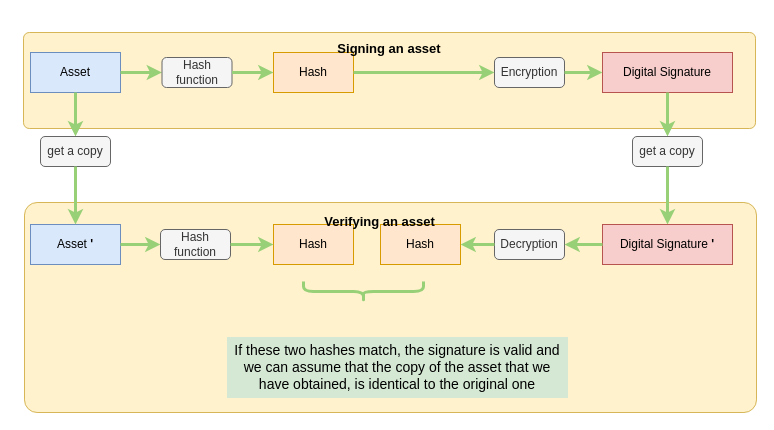
ahenteti/ahenteti.github.io keeps this draw.io diagram as src/pages/articles/https/secure-connnections-with-ssl/digital-signature.drawio. Above is the earlier version. Source tidied: cells renumbered, new cells numbered last; positions are measured from the earlier drawing's top-left corner, leaving out a move shared by most shapes. Both pictures are drawn from the tidied source at 100%, with x=0, y=0 at pixel (23, 32).
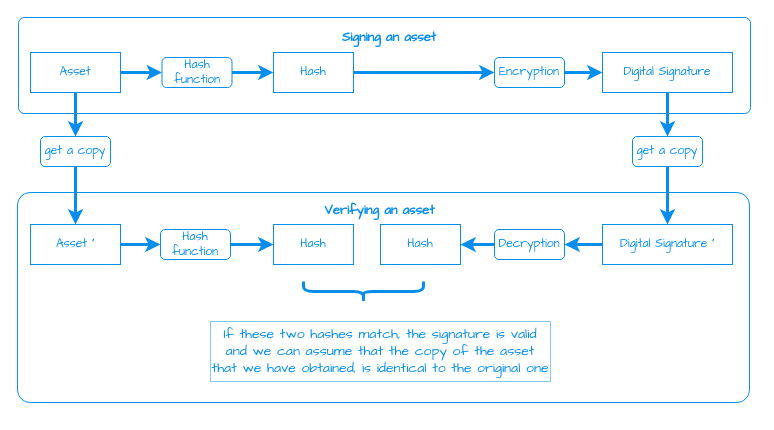
The same diagram, later.

Diff of the diagram source:
```diff
@@
-    <mxCell id="2" style="rounded=1;whiteSpace=wrap;html=1;strokeColor=#d6b656;strokeWidth=1;fillColor=#fff2cc;align=left;arcSize=6;" parent="1" vertex="1">
-      <mxGeometry x="1" y="170" width="732" height="210" as="geometry" />
+    <mxCell id="2" style="rounded=1;whiteSpace=wrap;html=1;strokeColor=#078EED;strokeWidth=1;fillColor=none;align=left;arcSize=6;" parent="1" vertex="1">
+      <mxGeometry x="-6" y="160" width="732" height="210" as="geometry" />
     </mxCell>
-    <mxCell id="3" style="rounded=1;whiteSpace=wrap;html=1;strokeColor=#d6b656;strokeWidth=1;fillColor=#fff2cc;align=left;arcSize=6;" parent="1" vertex="1">
-      <mxGeometry width="732" height="96" as="geometry" />
+    <mxCell id="3" style="rounded=1;whiteSpace=wrap;html=1;strokeColor=#078EED;strokeWidth=1;fillColor=none;align=left;arcSize=6;fontColor=#078EED;" parent="1" vertex="1">
+      <mxGeometry x="-5" y="-15" width="732" height="96" as="geometry" />
     </mxCell>
-    <mxCell id="4" value="Asset" style="rounded=0;whiteSpace=wrap;html=1;fillColor=#dae8fc;strokeColor=#6c8ebf;" parent="1" vertex="1">
+    <mxCell id="4" value="Asset" style="rounded=0;whiteSpace=wrap;html=1;fillColor=none;strokeColor=#078EED;fontColor=#078EED;fontFamily=Comic Sans MS;" parent="1" vertex="1">
       <mxGeometry x="7" y="20" width="90" height="40" as="geometry" />
     </mxCell>
-    <mxCell id="5" value="Hash" style="rounded=0;whiteSpace=wrap;html=1;fillColor=#ffe6cc;strokeColor=#d79b00;" parent="1" vertex="1">
+    <mxCell id="5" value="Hash" style="rounded=0;whiteSpace=wrap;html=1;fillColor=none;strokeColor=#078EED;fontColor=#078EED;fontFamily=Comic Sans MS;" parent="1" vertex="1">
       <mxGeometry x="250" y="20" width="80" height="40" as="geometry" />
     </mxCell>
-    <mxCell id="6" style="endArrow=classic;html=1;exitX=1;exitY=0.5;exitDx=0;exitDy=0;strokeWidth=3;strokeColor=#97D077;entryX=0;entryY=0.5;entryDx=0;entryDy=0;" parent="1" edge="1" source="4" target="12">
+    <mxCell id="6" style="endArrow=classic;html=1;exitX=1;exitY=0.5;exitDx=0;exitDy=0;strokeWidth=3;strokeColor=#078EED;entryX=0;entryY=0.5;entryDx=0;entryDy=0;fontColor=#078EED;" parent="1" edge="1" source="4" target="12">
       <mxGeometry relative="1" as="geometry" />
     </mxCell>
-    <mxCell id="7" value="Encryption" style="rounded=1;whiteSpace=wrap;html=1;fillColor=#f5f5f5;strokeColor=#666666;fontColor=#333333;" parent="1" vertex="1">
+    <mxCell id="7" value="Encryption" style="rounded=1;whiteSpace=wrap;html=1;fillColor=none;strokeColor=#078EED;fontColor=#078EED;fontFamily=Comic Sans MS;" parent="1" vertex="1">
       <mxGeometry x="471" y="25" width="70" height="30" as="geometry" />
     </mxCell>
-    <mxCell id="8" style="endArrow=classic;html=1;exitX=1;exitY=0.5;exitDx=0;exitDy=0;strokeWidth=3;strokeColor=#97D077;entryX=0;entryY=0.5;entryDx=0;entryDy=0;" parent="1" edge="1" source="5" target="7">
+    <mxCell id="8" style="endArrow=classic;html=1;exitX=1;exitY=0.5;exitDx=0;exitDy=0;strokeWidth=3;strokeColor=#078EED;entryX=0;entryY=0.5;entryDx=0;entryDy=0;fontColor=#078EED;" parent="1" edge="1" source="5" target="7">
       <mxGeometry relative="1" as="geometry" />
     </mxCell>
-    <mxCell id="9" value="Digital Signature" style="rounded=0;whiteSpace=wrap;html=1;fillColor=#f8cecc;strokeColor=#b85450;" parent="1" vertex="1">
+    <mxCell id="9" value="Digital Signature" style="rounded=0;whiteSpace=wrap;html=1;fillColor=none;strokeColor=#078EED;fontColor=#078EED;fontFamily=Comic Sans MS;" parent="1" vertex="1">
       <mxGeometry x="579" y="20" width="130" height="40" as="geometry" />
     </mxCell>
-    <mxCell id="10" style="endArrow=classic;html=1;exitX=1;exitY=0.5;exitDx=0;exitDy=0;strokeWidth=3;strokeColor=#97D077;entryX=0;entryY=0.5;entryDx=0;entryDy=0;" parent="1" edge="1" source="7" target="9">
+    <mxCell id="10" style="endArrow=classic;html=1;exitX=1;exitY=0.5;exitDx=0;exitDy=0;strokeWidth=3;strokeColor=#078EED;entryX=0;entryY=0.5;entryDx=0;entryDy=0;fontColor=#078EED;" parent="1" edge="1" source="7" target="9">
       <mxGeometry relative="1" as="geometry" />
     </mxCell>
-    <mxCell id="11" style="endArrow=classic;html=1;exitX=0.5;exitY=1;exitDx=0;exitDy=0;strokeWidth=3;strokeColor=#97D077;entryX=0.5;entryY=0;entryDx=0;entryDy=0;" parent="1" edge="1" source="4" target="14">
+    <mxCell id="11" style="endArrow=classic;html=1;exitX=0.5;exitY=1;exitDx=0;exitDy=0;strokeWidth=3;strokeColor=#078EED;entryX=0.5;entryY=0;entryDx=0;entryDy=0;fontColor=#078EED;" parent="1" edge="1" source="4" target="14">
       <mxGeometry relative="1" as="geometry" />
     </mxCell>
-    <mxCell id="12" value="Hash function" style="rounded=1;whiteSpace=wrap;html=1;fillColor=#f5f5f5;strokeColor=#666666;fontColor=#333333;" parent="1" vertex="1">
+    <mxCell id="12" value="Hash function" style="rounded=1;whiteSpace=wrap;html=1;fillColor=none;strokeColor=#078EED;fontColor=#078EED;fontFamily=Comic Sans MS;" parent="1" vertex="1">
       <mxGeometry x="138.5" y="25" width="70" height="30" as="geometry" />
     </mxCell>
-    <mxCell id="13" style="endArrow=classic;html=1;strokeWidth=3;strokeColor=#97D077;entryX=0;entryY=0.5;entryDx=0;entryDy=0;exitX=1;exitY=0.5;exitDx=0;exitDy=0;" parent="1" edge="1" source="12" target="5">
+    <mxCell id="13" style="endArrow=classic;html=1;strokeWidth=3;strokeColor=#078EED;entryX=0;entryY=0.5;entryDx=0;entryDy=0;exitX=1;exitY=0.5;exitDx=0;exitDy=0;fontColor=#078EED;" parent="1" edge="1" source="12" target="5">
       <mxGeometry relative="1" as="geometry" />
     </mxCell>
-    <mxCell id="14" value="get a copy" style="rounded=1;whiteSpace=wrap;html=1;fillColor=#f5f5f5;strokeColor=#666666;fontColor=#333333;" parent="1" vertex="1">
+    <mxCell id="14" value="get a copy" style="rounded=1;whiteSpace=wrap;html=1;fillColor=none;strokeColor=#078EED;fontColor=#078EED;fontFamily=Comic Sans MS;" parent="1" vertex="1">
       <mxGeometry x="17" y="104" width="70" height="30" as="geometry" />
     </mxCell>
-    <mxCell id="15" value="Asset &lt;b&gt;'&lt;/b&gt;" style="rounded=0;whiteSpace=wrap;html=1;fillColor=#dae8fc;strokeColor=#6c8ebf;" parent="1" vertex="1">
+    <mxCell id="15" value="Asset &lt;b&gt;'&lt;/b&gt;" style="rounded=0;whiteSpace=wrap;html=1;fillColor=none;strokeColor=#078EED;fontColor=#078EED;fontFamily=Comic Sans MS;" parent="1" vertex="1">
       <mxGeometry x="7" y="192" width="90" height="40" as="geometry" />
     </mxCell>
-    <mxCell id="16" style="endArrow=classic;html=1;exitX=0.5;exitY=1;exitDx=0;exitDy=0;strokeWidth=3;strokeColor=#97D077;entryX=0.5;entryY=0;entryDx=0;entryDy=0;" parent="1" edge="1" source="14" target="15">
+    <mxCell id="16" style="endArrow=classic;html=1;exitX=0.5;exitY=1;exitDx=0;exitDy=0;strokeWidth=3;strokeColor=#078EED;entryX=0.5;entryY=0;entryDx=0;entryDy=0;fontColor=#078EED;" parent="1" edge="1" source="14" target="15">
       <mxGeometry relative="1" as="geometry" />
     </mxCell>
-    <mxCell id="17" style="endArrow=classic;html=1;exitX=0.5;exitY=1;exitDx=0;exitDy=0;strokeWidth=3;strokeColor=#97D077;entryX=0.5;entryY=0;entryDx=0;entryDy=0;" parent="1" edge="1" source="9" target="18">
+    <mxCell id="17" style="endArrow=classic;html=1;exitX=0.5;exitY=1;exitDx=0;exitDy=0;strokeWidth=3;strokeColor=#078EED;entryX=0.5;entryY=0;entryDx=0;entryDy=0;fontColor=#078EED;" parent="1" edge="1" source="9" target="18">
       <mxGeometry relative="1" as="geometry" />
     </mxCell>
-    <mxCell id="18" value="get a copy" style="rounded=1;whiteSpace=wrap;html=1;fillColor=#f5f5f5;strokeColor=#666666;fontColor=#333333;" parent="1" vertex="1">
+    <mxCell id="18" value="get a copy" style="rounded=1;whiteSpace=wrap;html=1;fillColor=none;strokeColor=#078EED;fontColor=#078EED;fontFamily=Comic Sans MS;" parent="1" vertex="1">
       <mxGeometry x="609" y="104" width="70" height="30" as="geometry" />
     </mxCell>
-    <mxCell id="19" style="endArrow=classic;html=1;exitX=0.5;exitY=1;exitDx=0;exitDy=0;strokeWidth=3;strokeColor=#97D077;entryX=0.5;entryY=0;entryDx=0;entryDy=0;" parent="1" edge="1" source="18" target="20">
+    <mxCell id="19" style="endArrow=classic;html=1;exitX=0.5;exitY=1;exitDx=0;exitDy=0;strokeWidth=3;strokeColor=#078EED;entryX=0.5;entryY=0;entryDx=0;entryDy=0;fontColor=#078EED;" parent="1" edge="1" source="18" target="20">
       <mxGeometry relative="1" as="geometry" />
     </mxCell>
-    <mxCell id="20" value="Digital Signature &lt;b&gt;'&lt;/b&gt;" style="rounded=0;whiteSpace=wrap;html=1;fillColor=#f8cecc;strokeColor=#b85450;" parent="1" vertex="1">
+    <mxCell id="20" value="Digital Signature &lt;b&gt;'&lt;/b&gt;" style="rounded=0;whiteSpace=wrap;html=1;fillColor=none;strokeColor=#078EED;fontColor=#078EED;fontFamily=Comic Sans MS;" parent="1" vertex="1">
       <mxGeometry x="579" y="192" width="130" height="40" as="geometry" />
     </mxCell>
-    <mxCell id="21" value="Decryption" style="rounded=1;whiteSpace=wrap;html=1;fillColor=#f5f5f5;strokeColor=#666666;fontColor=#333333;" parent="1" vertex="1">
+    <mxCell id="21" value="Decryption" style="rounded=1;whiteSpace=wrap;html=1;fillColor=none;strokeColor=#078EED;fontColor=#078EED;fontFamily=Comic Sans MS;" parent="1" vertex="1">
       <mxGeometry x="471" y="197" width="70" height="30" as="geometry" />
     </mxCell>
-    <mxCell id="22" value="Hash function" style="rounded=1;whiteSpace=wrap;html=1;fillColor=#f5f5f5;strokeColor=#666666;fontColor=#333333;" parent="1" vertex="1">
+    <mxCell id="22" value="Hash function" style="rounded=1;whiteSpace=wrap;html=1;fillColor=none;strokeColor=#078EED;fontColor=#078EED;fontFamily=Comic Sans MS;" parent="1" vertex="1">
       <mxGeometry x="137" y="197" width="70" height="30" as="geometry" />
     </mxCell>
-    <mxCell id="23" style="endArrow=classic;html=1;exitX=1;exitY=0.5;exitDx=0;exitDy=0;strokeWidth=3;strokeColor=#97D077;entryX=0;entryY=0.5;entryDx=0;entryDy=0;" parent="1" edge="1" source="15" target="22">
+    <mxCell id="23" style="endArrow=classic;html=1;exitX=1;exitY=0.5;exitDx=0;exitDy=0;strokeWidth=3;strokeColor=#078EED;entryX=0;entryY=0.5;entryDx=0;entryDy=0;fontColor=#078EED;" parent="1" edge="1" source="15" target="22">
       <mxGeometry relative="1" as="geometry" />
     </mxCell>
-    <mxCell id="24" value="Hash" style="rounded=0;whiteSpace=wrap;html=1;fillColor=#ffe6cc;strokeColor=#d79b00;" parent="1" vertex="1">
+    <mxCell id="24" value="Hash" style="rounded=0;whiteSpace=wrap;html=1;fillColor=none;strokeColor=#078EED;fontColor=#078EED;fontFamily=Comic Sans MS;" parent="1" vertex="1">
       <mxGeometry x="250" y="192" width="80" height="40" as="geometry" />
     </mxCell>
-    <mxCell id="25" value="Hash" style="rounded=0;whiteSpace=wrap;html=1;fillColor=#ffe6cc;strokeColor=#d79b00;" parent="1" vertex="1">
+    <mxCell id="25" value="Hash" style="rounded=0;whiteSpace=wrap;html=1;fillColor=none;strokeColor=#078EED;fontColor=#078EED;fontFamily=Comic Sans MS;" parent="1" vertex="1">
       <mxGeometry x="357" y="192" width="80" height="40" as="geometry" />
     </mxCell>
-    <mxCell id="26" style="endArrow=classic;html=1;strokeWidth=3;strokeColor=#97D077;entryX=0;entryY=0.5;entryDx=0;entryDy=0;exitX=1;exitY=0.5;exitDx=0;exitDy=0;" parent="1" edge="1" source="22" target="24">
+    <mxCell id="26" style="endArrow=classic;html=1;strokeWidth=3;strokeColor=#078EED;entryX=0;entryY=0.5;entryDx=0;entryDy=0;exitX=1;exitY=0.5;exitDx=0;exitDy=0;fontColor=#078EED;" parent="1" edge="1" source="22" target="24">
       <mxGeometry relative="1" as="geometry" />
     </mxCell>
-    <mxCell id="27" style="endArrow=classic;html=1;exitX=0;exitY=0.5;exitDx=0;exitDy=0;strokeWidth=3;strokeColor=#97D077;entryX=1;entryY=0.5;entryDx=0;entryDy=0;" parent="1" edge="1" source="20" target="21">
+    <mxCell id="27" style="endArrow=classic;html=1;exitX=0;exitY=0.5;exitDx=0;exitDy=0;strokeWidth=3;strokeColor=#078EED;entryX=1;entryY=0.5;entryDx=0;entryDy=0;fontColor=#078EED;" parent="1" edge="1" source="20" target="21">
       <mxGeometry relative="1" as="geometry" />
     </mxCell>
-    <mxCell id="28" style="endArrow=classic;html=1;exitX=0;exitY=0.5;exitDx=0;exitDy=0;strokeWidth=3;strokeColor=#97D077;entryX=1;entryY=0.5;entryDx=0;entryDy=0;" parent="1" edge="1" source="21" target="25">
+    <mxCell id="28" style="endArrow=classic;html=1;exitX=0;exitY=0.5;exitDx=0;exitDy=0;strokeWidth=3;strokeColor=#078EED;entryX=1;entryY=0.5;entryDx=0;entryDy=0;fontColor=#078EED;" parent="1" edge="1" source="21" target="25">
       <mxGeometry relative="1" as="geometry" />
     </mxCell>
-    <mxCell id="29" style="shape=curlyBracket;whiteSpace=wrap;html=1;rounded=1;align=left;rotation=-90;strokeWidth=3;strokeColor=#97D077;" parent="1" vertex="1">
+    <mxCell id="29" style="shape=curlyBracket;whiteSpace=wrap;html=1;rounded=1;align=left;rotation=-90;strokeWidth=3;strokeColor=#078EED;" parent="1" vertex="1">
       <mxGeometry x="330" y="199" width="20" height="120" as="geometry" />
     </mxCell>
-    <mxCell id="30" value="&lt;font style=&quot;font-size: 14px&quot;&gt;If these two hashes match, the signature is valid and we can assume that the copy of the asset that we have obtained, is identical to the original one&lt;/font&gt;" style="text;html=1;strokeColor=#D5E8D4;fillColor=#D5E8D4;align=center;verticalAlign=middle;whiteSpace=wrap;rounded=0;" parent="1" vertex="1">
-      <mxGeometry x="204" y="305" width="340" height="60" as="geometry" />
+    <mxCell id="30" value="&lt;font style=&quot;font-size: 14px&quot;&gt;If these two hashes match, the signature is valid and we can assume that the copy of the asset that we have obtained, is identical to the original one&lt;/font&gt;" style="text;html=1;strokeColor=#078EED;fillColor=none;align=center;verticalAlign=middle;whiteSpace=wrap;rounded=0;fontColor=#078EED;fontFamily=Comic Sans MS;dashed=1;dashPattern=1 1;" parent="1" vertex="1">
+      <mxGeometry x="187" y="289" width="340" height="60" as="geometry" />
     </mxCell>
-    <mxCell id="31" value="&lt;font style=&quot;font-size: 13px&quot;&gt;Signing an asset&lt;/font&gt;" style="text;html=1;strokeColor=none;fillColor=none;align=center;verticalAlign=middle;whiteSpace=wrap;rounded=0;fontStyle=1;" parent="1" vertex="1">
-      <mxGeometry x="271" y="6" width="190" height="20" as="geometry" />
+    <mxCell id="31" value="&lt;font style=&quot;font-size: 13px&quot;&gt;Signing an asset&lt;/font&gt;" style="text;html=1;strokeColor=none;fillColor=none;align=center;verticalAlign=middle;whiteSpace=wrap;rounded=0;fontStyle=1;fontColor=#078EED;fontFamily=Comic Sans MS;" parent="1" vertex="1">
+      <mxGeometry x="271" y="-5" width="190" height="20" as="geometry" />
     </mxCell>
-    <mxCell id="32" value="&lt;font style=&quot;font-size: 13px&quot;&gt;Verifying an asset&lt;/font&gt;" style="text;html=1;strokeColor=none;fillColor=none;align=center;verticalAlign=middle;whiteSpace=wrap;rounded=0;fontStyle=1;" parent="1" vertex="1">
-      <mxGeometry x="262.5" y="179" width="187" height="20" as="geometry" />
+    <mxCell id="32" value="&lt;font style=&quot;font-size: 13px&quot;&gt;Verifying an asset&lt;/font&gt;" style="text;html=1;strokeColor=none;fillColor=none;align=center;verticalAlign=middle;whiteSpace=wrap;rounded=0;fontStyle=1;fontFamily=Comic Sans MS;fontColor=#078EED;" parent="1" vertex="1">
+      <mxGeometry x="262.5" y="168" width="187" height="20" as="geometry" />
     </mxCell>
```
